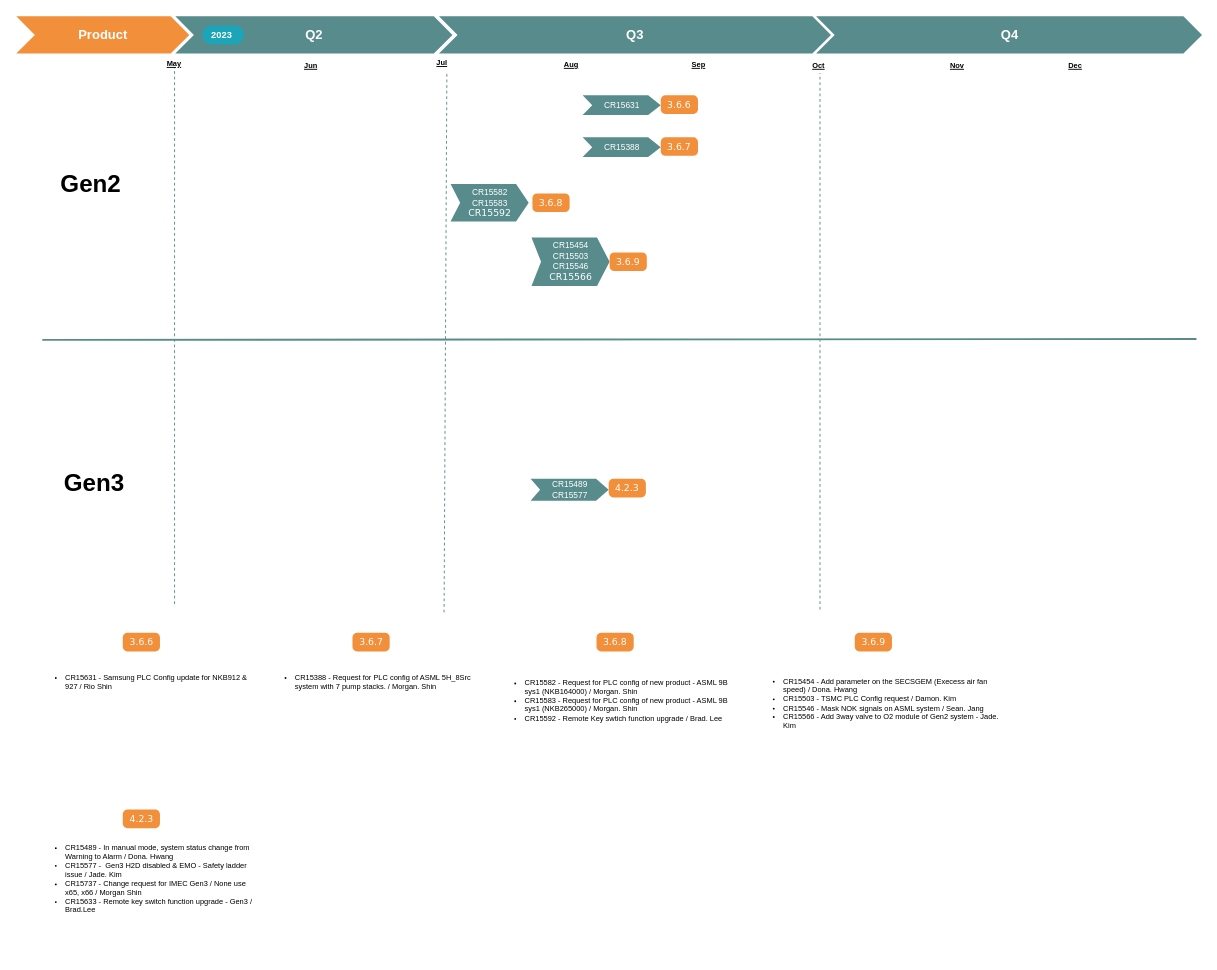
Earlier version of the draw.io diagram page "EUV Legacy" (3 of 8) of 0.Project Roadmap.drawio (EdwardsKorea/CommonDrawIO). Source tidied: cells renumbered, new cells numbered last; positions are measured from the earlier drawing's top-left corner, leaving out a move shared by most shapes. Both pictures are drawn from the tidied source at 93%, with x=0, y=0 at pixel (16, 16).
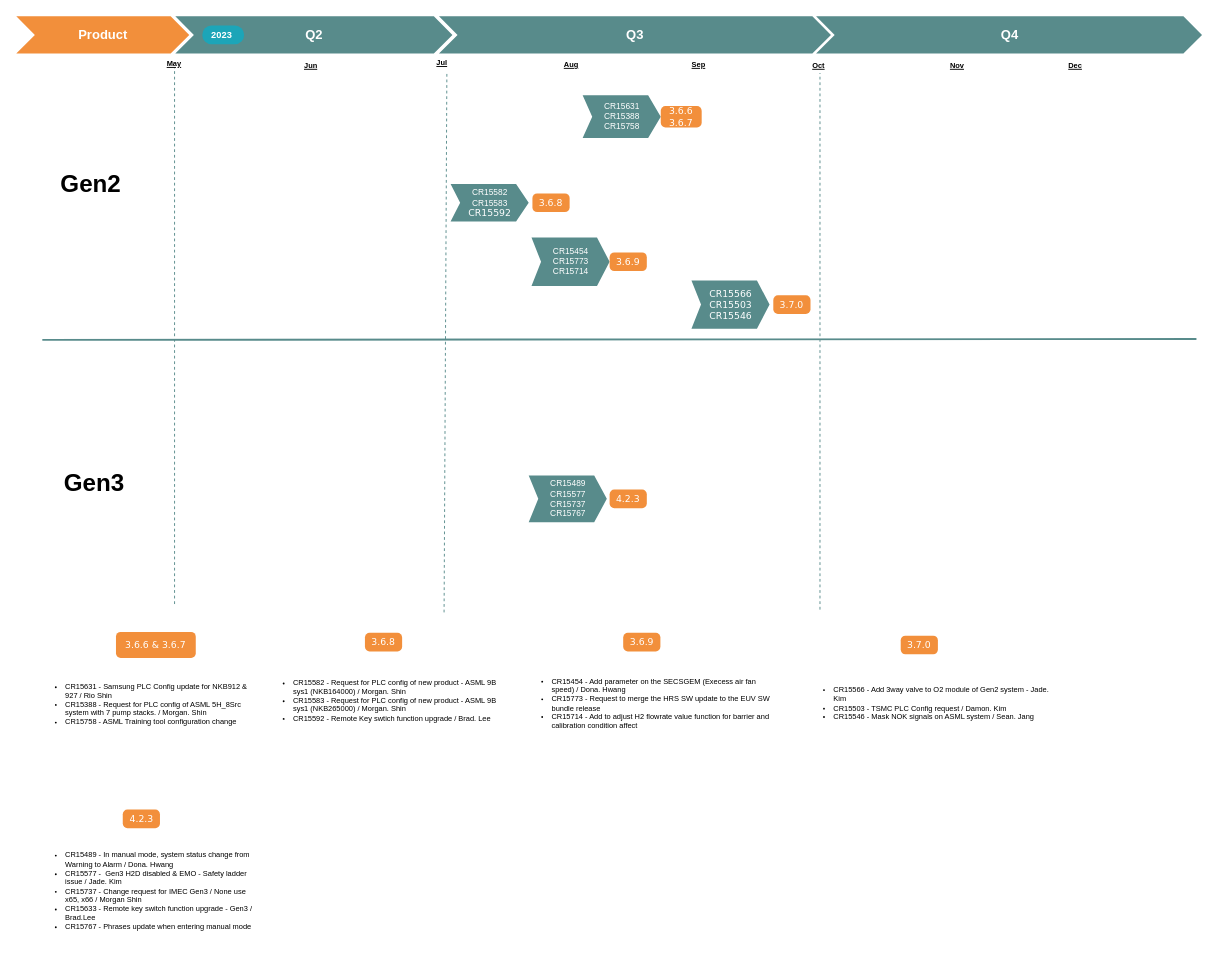
Above is the later version.

What changed in the source:
```diff
@@
-    <mxCell id="20" value="CR15454&lt;br&gt;CR15503&lt;br style=&quot;border-color: var(--border-color); font-family: Verdana; font-size: 10px;&quot;&gt;CR15546&lt;br&gt;&lt;span style=&quot;font-family: Verdana; font-size: 10px;&quot;&gt;CR15566&lt;/span&gt;&lt;span style=&quot;font-family: Verdana; font-size: 10px;&quot;&gt;&lt;br&gt;&lt;/span&gt;" style="html=1;shape=mxgraph.infographic.ribbonSimple;notch1=10.29;notch2=13.57;fillColor=#588b8b;strokeColor=none;align=center;verticalAlign=middle;fontColor=#ffffff;fontSize=9;fontStyle=0;rounded=0;flipV=1;" parent="1" vertex="1">
+    <mxCell id="20" value="CR15454&lt;br&gt;CR15773&lt;br&gt;&amp;nbsp; CR15714&amp;nbsp;&amp;nbsp;&lt;span style=&quot;font-family: Verdana; font-size: 10px;&quot;&gt;&lt;br&gt;&lt;/span&gt;" style="html=1;shape=mxgraph.infographic.ribbonSimple;notch1=10.29;notch2=13.57;fillColor=#588b8b;strokeColor=none;align=center;verticalAlign=middle;fontColor=#ffffff;fontSize=9;fontStyle=0;rounded=0;flipV=1;" parent="1" vertex="1">
       <mxGeometry x="554" y="238" width="84" height="52" as="geometry" />
     </mxCell>
@@
-    <mxCell id="25" value="CR15388" style="html=1;shape=mxgraph.infographic.ribbonSimple;notch1=10.29;notch2=13.57;fillColor=#588b8b;strokeColor=none;align=center;verticalAlign=middle;fontColor=#ffffff;fontSize=9;fontStyle=0;rounded=0;" parent="1" vertex="1">
-      <mxGeometry x="609" y="130.1" width="84" height="21.2" as="geometry" />
-    </mxCell>
-    <mxCell id="26" value="3.6.7" style="html=1;shadow=0;dashed=0;shape=mxgraph.bootstrap.rrect;rSize=5;strokeColor=none;strokeWidth=1;fillColor=#F28f3b;fontColor=#FFFFFF;whiteSpace=wrap;align=center;verticalAlign=middle;spacingLeft=0;fontStyle=0;fontSize=10;spacing=5;fontFamily=Verdana;labelBackgroundColor=none;" parent="1" vertex="1">
-      <mxGeometry x="693" y="130.1" width="40" height="20" as="geometry" />
-    </mxCell>
-    <mxCell id="27" value="CR15489&lt;br&gt;CR15577" style="html=1;shape=mxgraph.infographic.ribbonSimple;notch1=10.29;notch2=13.57;fillColor=#588b8b;strokeColor=none;align=center;verticalAlign=middle;fontColor=#ffffff;fontSize=9;fontStyle=0;rounded=0;" parent="1" vertex="1">
-      <mxGeometry x="553" y="497.4" width="84" height="23.6" as="geometry" />
+    <mxCell id="27" value="CR15489&lt;br&gt;CR15577&lt;br&gt;CR15737&lt;br&gt;CR15767" style="html=1;shape=mxgraph.infographic.ribbonSimple;notch1=10.29;notch2=13.57;fillColor=#588b8b;strokeColor=none;align=center;verticalAlign=middle;fontColor=#ffffff;fontSize=9;fontStyle=0;rounded=0;" parent="1" vertex="1">
+      <mxGeometry x="551" y="493.8" width="84" height="50.2" as="geometry" />
     </mxCell>
     <mxCell id="28" value="4.2.3" style="html=1;shadow=0;dashed=0;shape=mxgraph.bootstrap.rrect;rSize=5;strokeColor=none;strokeWidth=1;fillColor=#F28f3b;fontColor=#FFFFFF;whiteSpace=wrap;align=center;verticalAlign=middle;spacingLeft=0;fontStyle=0;fontSize=10;spacing=5;fontFamily=Verdana;labelBackgroundColor=none;" parent="1" vertex="1">
-      <mxGeometry x="637" y="497.4" width="40" height="20" as="geometry" />
+      <mxGeometry x="638" y="508.9" width="40" height="20" as="geometry" />
     </mxCell>
-    <mxCell id="29" value="&lt;ul&gt;&lt;li&gt;CR15388 - Request for PLC config of ASML 5H_8Src system with 7 pump stacks. / Morgan. Shin&lt;/li&gt;&lt;/ul&gt;" style="text;strokeColor=none;fillColor=none;html=1;whiteSpace=wrap;verticalAlign=middle;overflow=hidden;fontSize=8;fontFamily=Helvetica;fontColor=#000000;labelPosition=center;verticalLabelPosition=middle;align=left;" parent="1" vertex="1">
-      <mxGeometry x="258" y="690" width="247" height="52" as="geometry" />
-    </mxCell>
-    <mxCell id="30" value="3.6.7" style="html=1;shadow=0;dashed=0;shape=mxgraph.bootstrap.rrect;rSize=5;strokeColor=none;strokeWidth=1;fillColor=#F28f3b;fontColor=#FFFFFF;whiteSpace=wrap;align=center;verticalAlign=middle;spacingLeft=0;fontStyle=0;fontSize=10;spacing=5;fontFamily=Verdana;labelBackgroundColor=none;" parent="1" vertex="1">
-      <mxGeometry x="361.5" y="663" width="40" height="20" as="geometry" />
-    </mxCell>
     <mxCell id="31" value="3.6.8" style="html=1;shadow=0;dashed=0;shape=mxgraph.bootstrap.rrect;rSize=5;strokeColor=none;strokeWidth=1;fillColor=#F28f3b;fontColor=#FFFFFF;whiteSpace=wrap;align=center;verticalAlign=middle;spacingLeft=0;fontStyle=0;fontSize=10;spacing=5;fontFamily=Verdana;labelBackgroundColor=none;" parent="1" vertex="1">
-      <mxGeometry x="623.9" y="663" width="40" height="20" as="geometry" />
+      <mxGeometry x="374.9" y="663" width="40" height="20" as="geometry" />
     </mxCell>
     <mxCell id="32" value="&lt;ul&gt;&lt;li&gt;CR15582 - Request for PLC config of new product - ASML 9B sys1 (NKB164000) / Morgan. Shin&lt;/li&gt;&lt;li&gt;CR15583 - Request for PLC config of new product - ASML 9B sys1 (NKB265000) / Morgan. Shin&lt;/li&gt;&lt;li&gt;CR15592 - Remote Key swtich function upgrade / Brad. Lee&lt;/li&gt;&lt;/ul&gt;" style="text;strokeColor=none;fillColor=none;html=1;whiteSpace=wrap;verticalAlign=middle;overflow=hidden;fontSize=8;fontFamily=Helvetica;fontColor=#000000;labelPosition=center;verticalLabelPosition=middle;align=left;" parent="1" vertex="1">
-      <mxGeometry x="505" y="690" width="277.8" height="91" as="geometry" />
+      <mxGeometry x="256" y="690" width="277.8" height="91" as="geometry" />
     </mxCell>
     <mxCell id="33" value="3.6.9" style="html=1;shadow=0;dashed=0;shape=mxgraph.bootstrap.rrect;rSize=5;strokeColor=none;strokeWidth=1;fillColor=#F28f3b;fontColor=#FFFFFF;whiteSpace=wrap;align=center;verticalAlign=middle;spacingLeft=0;fontStyle=0;fontSize=10;spacing=5;fontFamily=Verdana;labelBackgroundColor=none;" parent="1" vertex="1">
-      <mxGeometry x="901.6" y="663" width="40" height="20" as="geometry" />
+      <mxGeometry x="652.6" y="663" width="40" height="20" as="geometry" />
     </mxCell>
-    <mxCell id="34" value="&lt;ul&gt;&lt;li&gt;CR15454 - Add parameter on the SECSGEM (Execess air fan speed) / Dona. Hwang&lt;/li&gt;&lt;li&gt;CR15503 - TSMC PLC Config request / Damon. Kim&lt;/li&gt;&lt;li&gt;CR15546 - Mask NOK signals on ASML system / Sean. Jang&lt;/li&gt;&lt;li&gt;CR15566 - Add 3way valve to O2 module of Gen2 system - Jade. Kim&lt;/li&gt;&lt;/ul&gt;" style="text;strokeColor=none;fillColor=none;html=1;whiteSpace=wrap;verticalAlign=middle;overflow=hidden;fontSize=8;fontFamily=Helvetica;fontColor=#000000;labelPosition=center;verticalLabelPosition=middle;align=left;" parent="1" vertex="1">
-      <mxGeometry x="782.8" y="690" width="277.8" height="98" as="geometry" />
+    <mxCell id="34" value="&lt;ul&gt;&lt;li&gt;CR15454 - Add parameter on the SECSGEM (Execess air fan speed) / Dona. Hwang&lt;/li&gt;&lt;li&gt;CR15773 - Request to merge the HRS SW update to the EUV SW bundle release&lt;/li&gt;&lt;li&gt;CR15714 - Add to adjust H2 flowrate value function for barrier and calibration condition affect&lt;/li&gt;&lt;/ul&gt;" style="text;strokeColor=none;fillColor=none;html=1;whiteSpace=wrap;verticalAlign=middle;overflow=hidden;fontSize=8;fontFamily=Helvetica;fontColor=#000000;labelPosition=center;verticalLabelPosition=middle;align=left;" parent="1" vertex="1">
+      <mxGeometry x="533.8" y="690" width="277.8" height="98" as="geometry" />
     </mxCell>
-    <mxCell id="35" value="&lt;ul&gt;&lt;li style=&quot;border-color: var(--border-color);&quot;&gt;CR15489 - In manual mode, system status change from Warning to Alarm / Dona. Hwang&lt;/li&gt;&lt;li style=&quot;border-color: var(--border-color);&quot;&gt;CR15577 -&amp;nbsp; Gen3 H2D disabled &amp;amp; EMO - Safety ladder issue / Jade. Kim&lt;/li&gt;&lt;li style=&quot;border-color: var(--border-color);&quot;&gt;CR15737 - Change request for IMEC Gen3 / None use x65, x66 / Morgan Shin&lt;/li&gt;&lt;li style=&quot;border-color: var(--border-color);&quot;&gt;CR15633 - Remote key switch function upgrade - Gen3 / Brad.Lee&lt;/li&gt;&lt;/ul&gt;" style="text;strokeColor=none;fillColor=none;html=1;whiteSpace=wrap;verticalAlign=middle;overflow=hidden;fontSize=8;fontFamily=Helvetica;fontColor=#000000;labelPosition=center;verticalLabelPosition=middle;align=left;" parent="1" vertex="1">
-      <mxGeometry x="11" y="873" width="247" height="110" as="geometry" />
+    <mxCell id="35" value="&lt;ul&gt;&lt;li style=&quot;border-color: var(--border-color);&quot;&gt;CR15489 - In manual mode, system status change from Warning to Alarm / Dona. Hwang&lt;/li&gt;&lt;li style=&quot;border-color: var(--border-color);&quot;&gt;CR15577 -&amp;nbsp; Gen3 H2D disabled &amp;amp; EMO - Safety ladder issue / Jade. Kim&lt;/li&gt;&lt;li style=&quot;border-color: var(--border-color);&quot;&gt;CR15737 - Change request for IMEC Gen3 / None use x65, x66 / Morgan Shin&lt;/li&gt;&lt;li style=&quot;border-color: var(--border-color);&quot;&gt;CR15633 - Remote key switch function upgrade - Gen3 / Brad.Lee&lt;/li&gt;&lt;li style=&quot;border-color: var(--border-color);&quot;&gt;CR15767 - Phrases update when entering manual mode&lt;/li&gt;&lt;/ul&gt;" style="text;strokeColor=none;fillColor=none;html=1;whiteSpace=wrap;verticalAlign=middle;overflow=hidden;fontSize=8;fontFamily=Helvetica;fontColor=#000000;labelPosition=center;verticalLabelPosition=middle;align=left;" parent="1" vertex="1">
+      <mxGeometry x="11" y="873" width="247" height="136" as="geometry" />
     </mxCell>
@@
-    <mxCell id="37" value="CR15631" style="html=1;shape=mxgraph.infographic.ribbonSimple;notch1=10.29;notch2=13.57;fillColor=#588b8b;strokeColor=none;align=center;verticalAlign=middle;fontColor=#ffffff;fontSize=9;fontStyle=0;rounded=0;" parent="1" vertex="1">
-      <mxGeometry x="609" y="85" width="84" height="21.2" as="geometry" />
+    <mxCell id="37" value="CR15631&lt;br&gt;CR15388&lt;br&gt;CR15758" style="html=1;shape=mxgraph.infographic.ribbonSimple;notch1=10.29;notch2=13.57;fillColor=#588b8b;strokeColor=none;align=center;verticalAlign=middle;fontColor=#ffffff;fontSize=9;fontStyle=0;rounded=0;" parent="1" vertex="1">
+      <mxGeometry x="609" y="85" width="84" height="46" as="geometry" />
     </mxCell>
-    <mxCell id="38" value="3.6.6" style="html=1;shadow=0;dashed=0;shape=mxgraph.bootstrap.rrect;rSize=5;strokeColor=none;strokeWidth=1;fillColor=#F28f3b;fontColor=#FFFFFF;whiteSpace=wrap;align=center;verticalAlign=middle;spacingLeft=0;fontStyle=0;fontSize=10;spacing=5;fontFamily=Verdana;labelBackgroundColor=none;" parent="1" vertex="1">
-      <mxGeometry x="693" y="85" width="40" height="20" as="geometry" />
+    <mxCell id="38" value="3.6.6 3.6.7" style="html=1;shadow=0;dashed=0;shape=mxgraph.bootstrap.rrect;rSize=5;strokeColor=none;strokeWidth=1;fillColor=#F28f3b;fontColor=#FFFFFF;whiteSpace=wrap;align=center;verticalAlign=middle;spacingLeft=0;fontStyle=0;fontSize=10;spacing=5;fontFamily=Verdana;labelBackgroundColor=none;" parent="1" vertex="1">
+      <mxGeometry x="693" y="96.5" width="44" height="23" as="geometry" />
     </mxCell>
-    <mxCell id="39" value="&lt;ul&gt;&lt;li&gt;CR15631 - Samsung PLC Config update for NKB912 &amp;amp; 927 / Rio Shin&lt;/li&gt;&lt;/ul&gt;" style="text;strokeColor=none;fillColor=none;html=1;whiteSpace=wrap;verticalAlign=middle;overflow=hidden;fontSize=8;fontFamily=Helvetica;fontColor=#000000;labelPosition=center;verticalLabelPosition=middle;align=left;" parent="1" vertex="1">
-      <mxGeometry x="11" y="690" width="247" height="52" as="geometry" />
+    <mxCell id="39" value="&lt;ul&gt;&lt;li&gt;CR15631 - Samsung PLC Config update for NKB912 &amp;amp; 927 / Rio Shin&lt;/li&gt;&lt;li style=&quot;border-color: var(--border-color);&quot;&gt;CR15388 - Request for PLC config of ASML 5H_8Src system with 7 pump stacks. / Morgan. Shin&lt;/li&gt;&lt;li style=&quot;border-color: var(--border-color);&quot;&gt;CR15758 - ASML Training tool configuration change&lt;/li&gt;&lt;/ul&gt;" style="text;strokeColor=none;fillColor=none;html=1;whiteSpace=wrap;verticalAlign=middle;overflow=hidden;fontSize=8;fontFamily=Helvetica;fontColor=#000000;labelPosition=center;verticalLabelPosition=middle;align=left;" parent="1" vertex="1">
+      <mxGeometry x="11" y="690" width="247" height="99" as="geometry" />
     </mxCell>
-    <mxCell id="40" value="3.6.6" style="html=1;shadow=0;dashed=0;shape=mxgraph.bootstrap.rrect;rSize=5;strokeColor=none;strokeWidth=1;fillColor=#F28f3b;fontColor=#FFFFFF;whiteSpace=wrap;align=center;verticalAlign=middle;spacingLeft=0;fontStyle=0;fontSize=10;spacing=5;fontFamily=Verdana;labelBackgroundColor=none;" parent="1" vertex="1">
-      <mxGeometry x="114.5" y="663" width="40" height="20" as="geometry" />
+    <mxCell id="40" value="3.6.6 &amp;amp; 3.6.7" style="html=1;shadow=0;dashed=0;shape=mxgraph.bootstrap.rrect;rSize=5;strokeColor=none;strokeWidth=1;fillColor=#F28f3b;fontColor=#FFFFFF;whiteSpace=wrap;align=center;verticalAlign=middle;spacingLeft=0;fontStyle=0;fontSize=10;spacing=5;fontFamily=Verdana;labelBackgroundColor=none;" parent="1" vertex="1">
+      <mxGeometry x="107.2" y="662" width="85.8" height="28" as="geometry" />
     </mxCell>
+    <mxCell id="41" value="3.7.0" style="html=1;shadow=0;dashed=0;shape=mxgraph.bootstrap.rrect;rSize=5;strokeColor=none;strokeWidth=1;fillColor=#F28f3b;fontColor=#FFFFFF;whiteSpace=wrap;align=center;verticalAlign=middle;spacingLeft=0;fontStyle=0;fontSize=10;spacing=5;fontFamily=Verdana;labelBackgroundColor=none;" parent="1" vertex="1">
+      <mxGeometry x="951" y="666" width="40" height="20" as="geometry" />
+    </mxCell>
+    <mxCell id="42" value="&lt;ul&gt;&lt;li style=&quot;border-color: var(--border-color);&quot;&gt;CR15566 - Add 3way valve to O2 module of Gen2 system - Jade. Kim&lt;/li&gt;&lt;li style=&quot;border-color: var(--border-color);&quot;&gt;CR15503 - TSMC PLC Config request / Damon. Kim&lt;/li&gt;&lt;li style=&quot;border-color: var(--border-color);&quot;&gt;CR15546 - Mask NOK signals on ASML system / Sean. Jang&lt;/li&gt;&lt;/ul&gt;" style="text;strokeColor=none;fillColor=none;html=1;whiteSpace=wrap;verticalAlign=middle;overflow=hidden;fontSize=8;fontFamily=Helvetica;fontColor=#000000;labelPosition=center;verticalLabelPosition=middle;align=left;" parent="1" vertex="1">
+      <mxGeometry x="837" y="690" width="277.8" height="98" as="geometry" />
+    </mxCell>
+    <mxCell id="43" value="3.7.0" style="html=1;shadow=0;dashed=0;shape=mxgraph.bootstrap.rrect;rSize=5;strokeColor=none;strokeWidth=1;fillColor=#F28f3b;fontColor=#FFFFFF;whiteSpace=wrap;align=center;verticalAlign=middle;spacingLeft=0;fontStyle=0;fontSize=10;spacing=5;fontFamily=Verdana;labelBackgroundColor=none;" parent="1" vertex="1">
+      <mxGeometry x="814" y="300" width="40" height="20" as="geometry" />
+    </mxCell>
+    <mxCell id="44" value="&lt;span style=&quot;font-family: Verdana; font-size: 10px;&quot;&gt;CR15566&lt;br&gt;CR15503&lt;br&gt;CR15546&lt;br&gt;&lt;/span&gt;" style="html=1;shape=mxgraph.infographic.ribbonSimple;notch1=10.29;notch2=13.57;fillColor=#588b8b;strokeColor=none;align=center;verticalAlign=middle;fontColor=#ffffff;fontSize=9;fontStyle=0;rounded=0;flipV=1;" parent="1" vertex="1">
+      <mxGeometry x="726" y="284" width="84" height="52" as="geometry" />
+    </mxCell>
```
